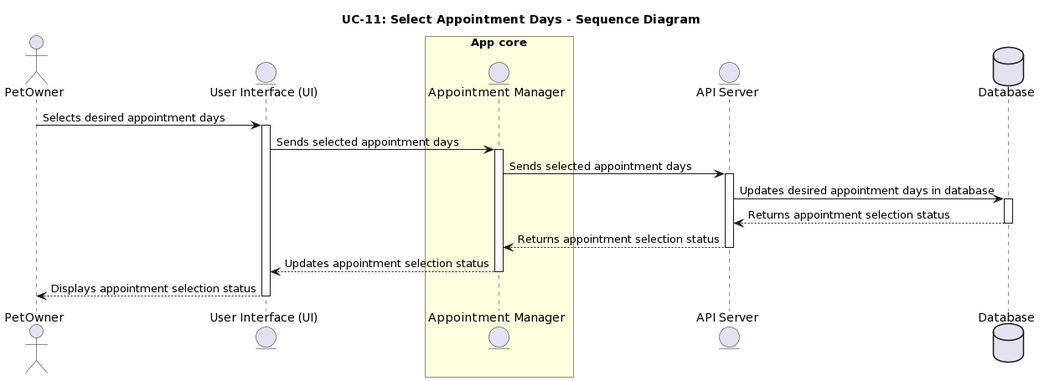
Before: Documents/PlantUML/UC-11_SEQUENCE_Diagram.png, a diagram exported from PlantUML (IrenePorta/PetSitters).
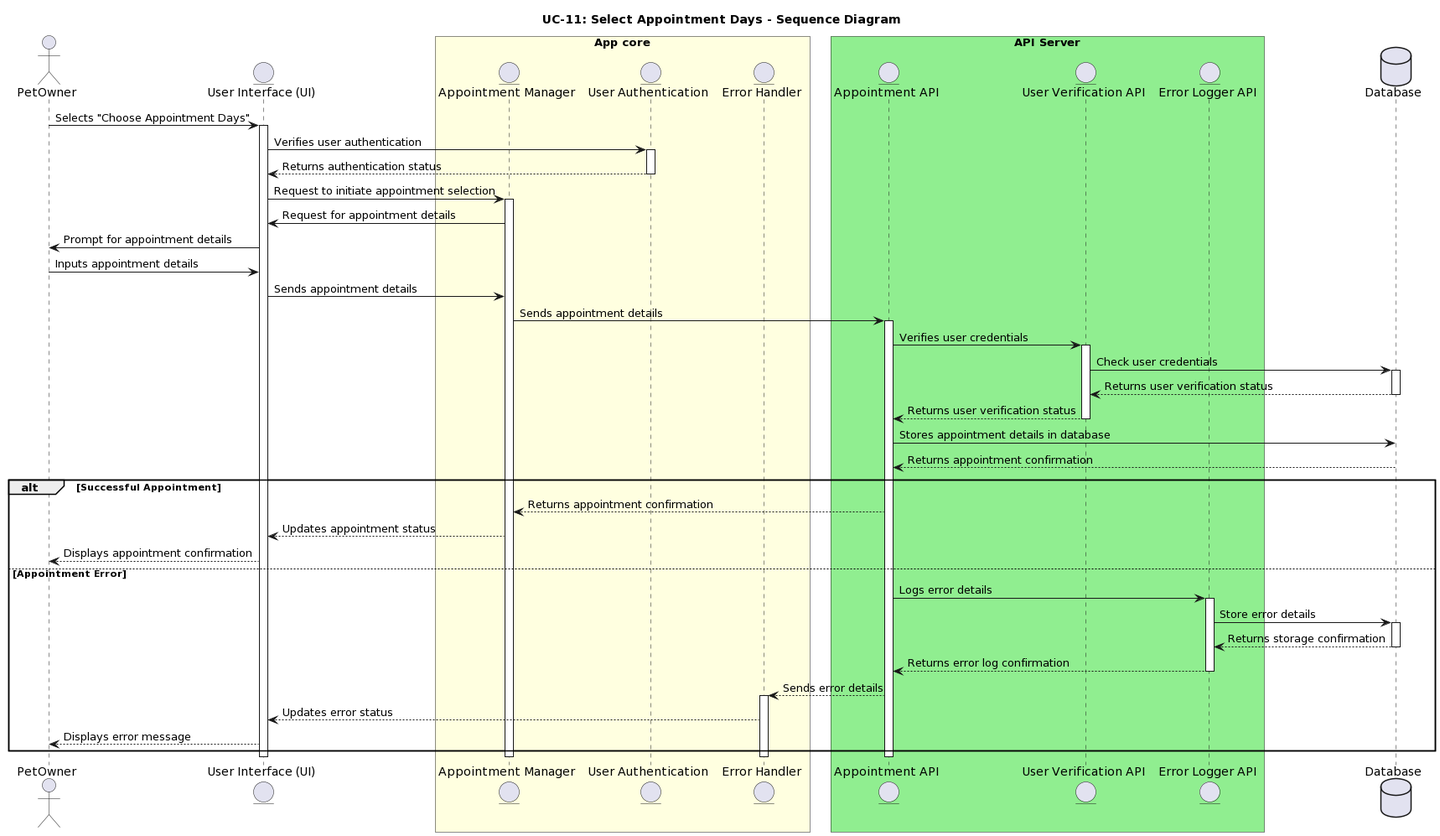
Above is the later version.

The edit, as a diff of the source:
```diff
@@ -3,32 +3,70 @@
 actor PetOwner
 entity "User Interface (UI)" as UI
 box "App core" #LightYellow
-  entity "Appointment Manager" as AppCore
+  entity "Appointment Manager" as AppointmentManager
+  entity "User Authentication" as UserAuth
+  entity "Error Handler" as ErrorHandler
 end box
-entity "API Server" as API
+box "API Server" #LightGreen
+  entity "Appointment API" as AppointmentAPI
+  entity "User Verification API" as UserVerifyAPI
+  entity "Error Logger API" as LoggerAPI
+end box
 database "Database" as DB
 
-PetOwner -> UI : Selects desired appointment days
+PetOwner -> UI : Selects "Choose Appointment Days"
 activate UI
 
-UI -> AppCore : Sends selected appointment days
-activate AppCore
+UI -> UserAuth : Verifies user authentication
+activate UserAuth
+UserAuth --> UI : Returns authentication status
+deactivate UserAuth
 
-AppCore -> API : Sends selected appointment days
-activate API
+UI -> AppointmentManager : Request to initiate appointment selection
+activate AppointmentManager
 
-API -> DB : Updates desired appointment days in database
+AppointmentManager -> UI : Request for appointment details
+UI -> PetOwner : Prompt for appointment details
+PetOwner -> UI : Inputs appointment details
+
+UI -> AppointmentManager : Sends appointment details
+AppointmentManager -> AppointmentAPI : Sends appointment details
+activate AppointmentAPI
+
+AppointmentAPI -> UserVerifyAPI : Verifies user credentials
+activate UserVerifyAPI
+UserVerifyAPI -> DB : Check user credentials
 activate DB
+DB --> UserVerifyAPI : Returns user verification status
+deactivate DB
+UserVerifyAPI --> AppointmentAPI : Returns user verification status
+deactivate UserVerifyAPI
 
-DB --> API : Returns appointment selection status
+AppointmentAPI -> DB : Stores appointment details in database
+DB --> AppointmentAPI : Returns appointment confirmation
 deactivate DB
 
-API --> AppCore : Returns appointment selection status
-deactivate API
+alt Successful Appointment
+    AppointmentAPI --> AppointmentManager : Returns appointment confirmation
+    AppointmentManager --> UI : Updates appointment status
+    UI --> PetOwner : Displays appointment confirmation
+else Appointment Error
+    AppointmentAPI -> LoggerAPI : Logs error details
+    activate LoggerAPI
+    LoggerAPI -> DB : Store error details
+    activate DB
+    DB --> LoggerAPI : Returns storage confirmation
+    deactivate DB
+    LoggerAPI --> AppointmentAPI : Returns error log confirmation
+    deactivate LoggerAPI
+    AppointmentAPI --> ErrorHandler : Sends error details
+    activate ErrorHandler
+    ErrorHandler --> UI : Updates error status
+    UI --> PetOwner : Displays error message
+end
 
-AppCore --> UI : Updates appointment selection status
-deactivate AppCore
-
-UI --> PetOwner : Displays appointment selection status
+deactivate AppointmentAPI
+deactivate ErrorHandler
+deactivate AppointmentManager
 deactivate UI
 @enduml
```
